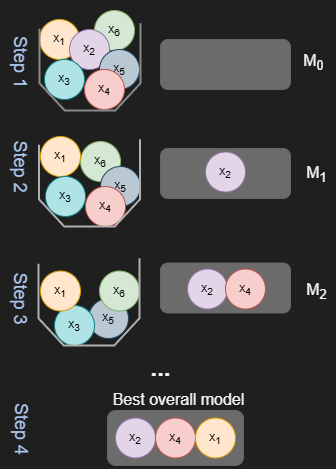
Earlier version of the draw.io export book/2_models/figures/ForwardStepwiseSelection.drawio.png (ConniBuschmann/psy112). Source tidied: cells renumbered, new cells last; positions are measured from the earlier drawing's top-left corner, leaving out a move shared by most shapes.
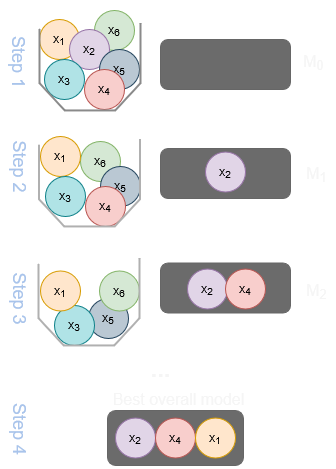
After the commit.

Change to the diagram source:
```diff
@@ -1,4 +1,4 @@
-<mxGraphModel background="#1F1F1F">
+<mxGraphModel>
   <root>
     <mxCell id="0" />
     <mxCell id="1" parent="0" />
```
